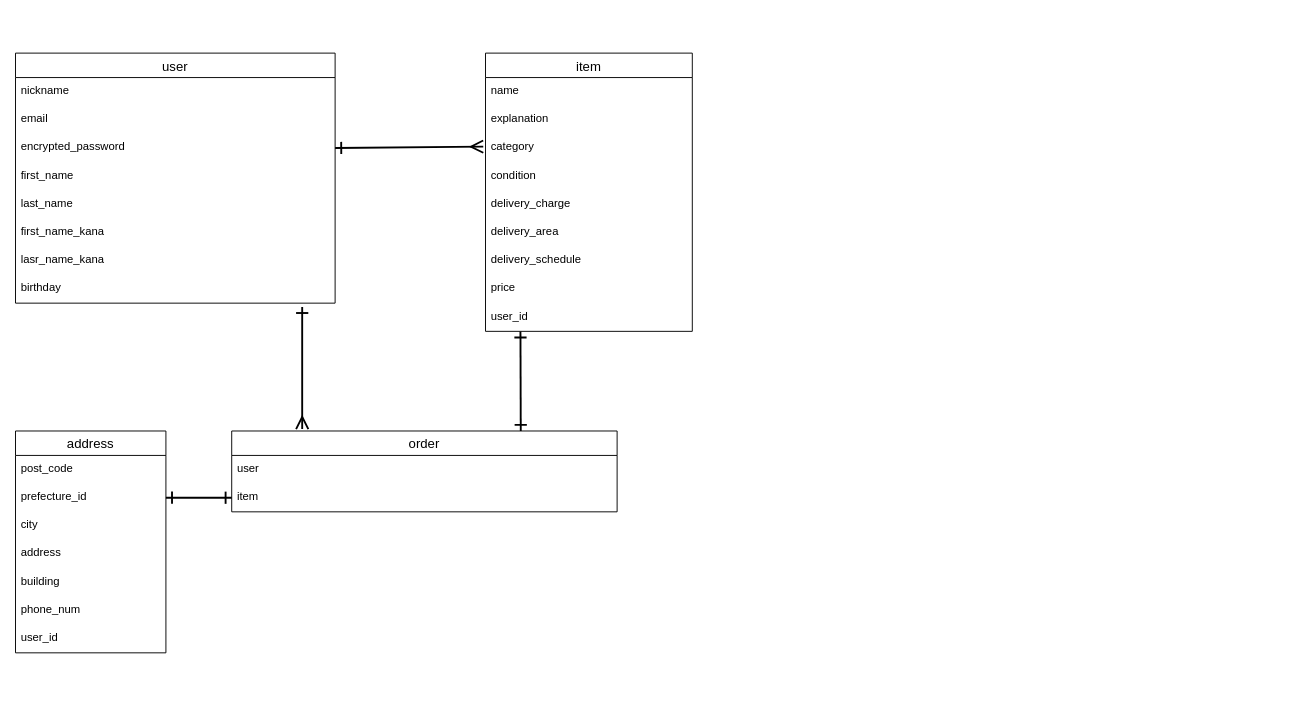
Before: ER.dio in HigeTurtle/furima-39642, a draw.io diagram. Source tidied: cells renumbered, new cells numbered last; positions are measured from the earlier drawing's top-left corner, leaving out a move shared by most shapes. Both pictures are drawn from the tidied source at 94%, with x=0, y=0 at pixel (15, 53).
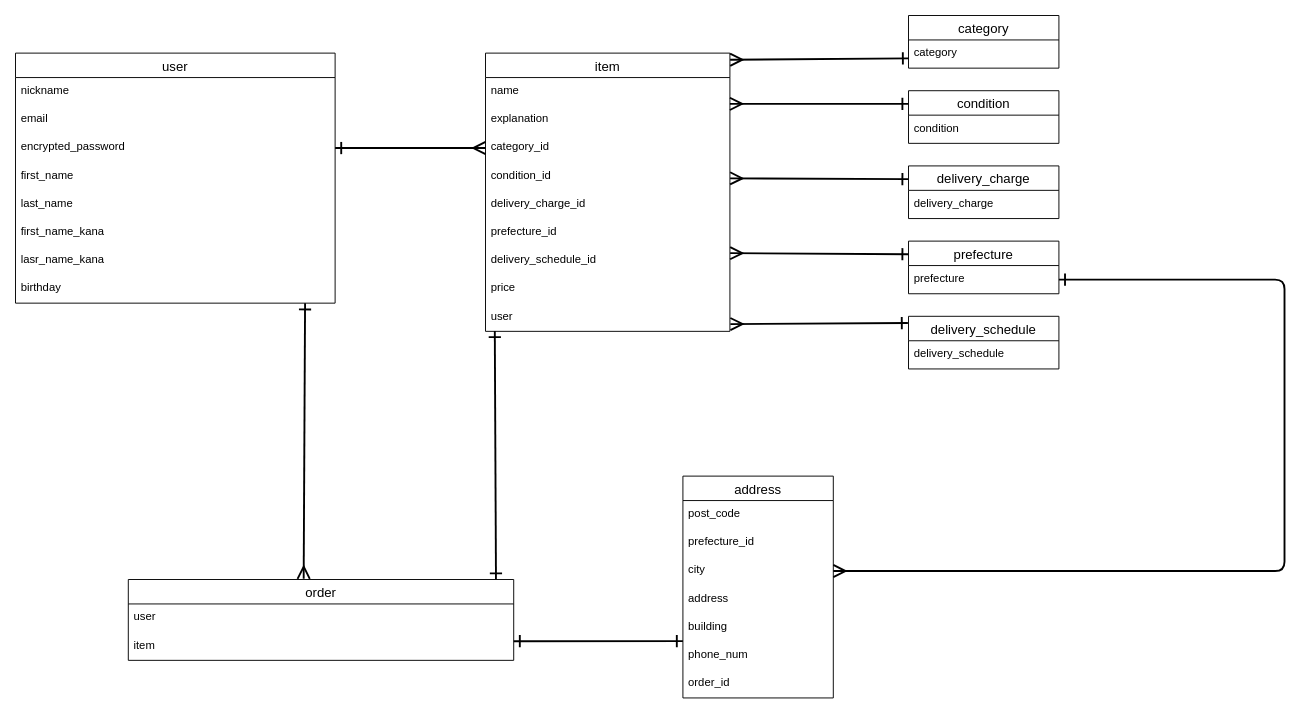
Above is the later version.

Commit message (it also covers changes not shown here):
（修正_２）READMEへのテーブル記載

Unchanged cells that the change refers to:
```xml
<mxCell id="5" value="encrypted_password" style="text;strokeColor=none;fillColor=none;spacingLeft=4;spacingRight=4;overflow=hidden;points=[[0,0.5],[1,0.5]];portConstraint=eastwest;fontSize=12;" parent="2" vertex="1">
  <mxGeometry y="86" width="340" height="30" as="geometry" />
</mxCell>
<mxCell id="10" value="birthday" style="text;strokeColor=none;fillColor=none;spacingLeft=4;spacingRight=4;overflow=hidden;points=[[0,0.5],[1,0.5]];portConstraint=eastwest;fontSize=12;" parent="2" vertex="1">
  <mxGeometry y="236" width="340" height="30" as="geometry" />
</mxCell>
<mxCell id="23" value="prefecture_id" style="text;strokeColor=none;fillColor=none;spacingLeft=4;spacingRight=4;overflow=hidden;points=[[0,0.5],[1,0.5]];portConstraint=eastwest;fontSize=12;" parent="21" vertex="1">
  <mxGeometry y="56" width="160" height="30" as="geometry" />
</mxCell>
<mxCell id="24" value="city" style="text;strokeColor=none;fillColor=none;spacingLeft=4;spacingRight=4;overflow=hidden;points=[[0,0.5],[1,0.5]];portConstraint=eastwest;fontSize=12;" parent="21" vertex="1">
  <mxGeometry y="86" width="160" height="30" as="geometry" />
</mxCell>
<mxCell id="26" value="building" style="text;strokeColor=none;fillColor=none;spacingLeft=4;spacingRight=4;overflow=hidden;points=[[0,0.5],[1,0.5]];portConstraint=eastwest;fontSize=12;" parent="21" vertex="1">
  <mxGeometry y="146" width="160" height="30" as="geometry" />
</mxCell>
<mxCell id="33" value="item" style="text;strokeColor=none;fillColor=none;spacingLeft=4;spacingRight=4;overflow=hidden;points=[[0,0.5],[1,0.5]];portConstraint=eastwest;fontSize=12;" parent="31" vertex="1">
  <mxGeometry y="56" width="410" height="30" as="geometry" />
</mxCell>
```

What changed in the source:
```diff
@@
     <mxCell id="11" value="item" style="swimlane;fontStyle=0;horizontal=1;startSize=26;align=center;fontSize=14;" parent="1" vertex="1">
-      <mxGeometry x="500" width="220" height="296" as="geometry" />
+      <mxGeometry x="500" width="260" height="296" as="geometry" />
     </mxCell>
     <mxCell id="12" value="name" style="text;strokeColor=none;fillColor=none;spacingLeft=4;spacingRight=4;overflow=hidden;fontSize=12;" parent="11" vertex="1">
-      <mxGeometry y="26" width="220" height="30" as="geometry" />
+      <mxGeometry y="26" width="260" height="30" as="geometry" />
     </mxCell>
     <mxCell id="13" value="explanation" style="text;strokeColor=none;fillColor=none;spacingLeft=4;spacingRight=4;overflow=hidden;fontSize=12;" parent="11" vertex="1">
-      <mxGeometry y="56" width="220" height="30" as="geometry" />
+      <mxGeometry y="56" width="260" height="30" as="geometry" />
     </mxCell>
-    <mxCell id="14" value="category" style="text;strokeColor=none;fillColor=none;spacingLeft=4;spacingRight=4;overflow=hidden;points=[[0,0.5],[1,0.5]];portConstraint=eastwest;fontSize=12;" parent="11" vertex="1">
-      <mxGeometry y="86" width="220" height="30" as="geometry" />
+    <mxCell id="14" value="category_id" style="text;strokeColor=none;fillColor=none;spacingLeft=4;spacingRight=4;overflow=hidden;points=[[0,0.5],[1,0.5]];portConstraint=eastwest;fontSize=12;" parent="11" vertex="1">
+      <mxGeometry y="86" width="260" height="30" as="geometry" />
     </mxCell>
-    <mxCell id="15" value="condition" style="text;strokeColor=none;fillColor=none;spacingLeft=4;spacingRight=4;overflow=hidden;points=[[0,0.5],[1,0.5]];portConstraint=eastwest;fontSize=12;" parent="11" vertex="1">
-      <mxGeometry y="116" width="220" height="30" as="geometry" />
+    <mxCell id="15" value="condition_id" style="text;strokeColor=none;fillColor=none;spacingLeft=4;spacingRight=4;overflow=hidden;points=[[0,0.5],[1,0.5]];portConstraint=eastwest;fontSize=12;" parent="11" vertex="1">
+      <mxGeometry y="116" width="260" height="30" as="geometry" />
     </mxCell>
-    <mxCell id="16" value="delivery_charge&#10;&#10;" style="text;strokeColor=none;fillColor=none;spacingLeft=4;spacingRight=4;overflow=hidden;fontSize=12;" parent="11" vertex="1">
-      <mxGeometry y="146" width="220" height="30" as="geometry" />
+    <mxCell id="16" value="delivery_charge_id&#10;&#10;" style="text;strokeColor=none;fillColor=none;spacingLeft=4;spacingRight=4;overflow=hidden;fontSize=12;" parent="11" vertex="1">
+      <mxGeometry y="146" width="260" height="30" as="geometry" />
     </mxCell>
-    <mxCell id="17" value="delivery_area&#10;" style="text;strokeColor=none;fillColor=none;spacingLeft=4;spacingRight=4;overflow=hidden;fontSize=12;" parent="11" vertex="1">
-      <mxGeometry y="176" width="220" height="30" as="geometry" />
+    <mxCell id="17" value="prefecture_id&#10;" style="text;strokeColor=none;fillColor=none;spacingLeft=4;spacingRight=4;overflow=hidden;fontSize=12;" parent="11" vertex="1">
+      <mxGeometry y="176" width="260" height="30" as="geometry" />
     </mxCell>
-    <mxCell id="18" value="delivery_schedule&#10;&#10;&#10;&#10;&#10;" style="text;strokeColor=none;fillColor=none;spacingLeft=4;spacingRight=4;overflow=hidden;points=[[0,0.5],[1,0.5]];portConstraint=eastwest;fontSize=12;" parent="11" vertex="1">
-      <mxGeometry y="206" width="220" height="30" as="geometry" />
+    <mxCell id="18" value="delivery_schedule_id&#10;&#10;&#10;&#10;&#10;" style="text;strokeColor=none;fillColor=none;spacingLeft=4;spacingRight=4;overflow=hidden;points=[[0,0.5],[1,0.5]];portConstraint=eastwest;fontSize=12;" parent="11" vertex="1">
+      <mxGeometry y="206" width="260" height="30" as="geometry" />
     </mxCell>
     <mxCell id="19" value="price" style="text;strokeColor=none;fillColor=none;spacingLeft=4;spacingRight=4;overflow=hidden;fontSize=12;" parent="11" vertex="1">
-      <mxGeometry y="236" width="220" height="30" as="geometry" />
+      <mxGeometry y="236" width="260" height="30" as="geometry" />
     </mxCell>
-    <mxCell id="20" value="user_id" style="text;strokeColor=none;fillColor=none;spacingLeft=4;spacingRight=4;overflow=hidden;points=[[0,0.5],[1,0.5]];portConstraint=eastwest;fontSize=12;" parent="11" vertex="1">
-      <mxGeometry y="266" width="220" height="30" as="geometry" />
+    <mxCell id="20" value="user" style="text;strokeColor=none;fillColor=none;spacingLeft=4;spacingRight=4;overflow=hidden;points=[[0,0.5],[1,0.5]];portConstraint=eastwest;fontSize=12;" parent="11" vertex="1">
+      <mxGeometry y="266" width="260" height="30" as="geometry" />
     </mxCell>
     <mxCell id="21" value="address" style="swimlane;fontStyle=0;horizontal=1;startSize=26;align=center;fontSize=14;" parent="1" vertex="1">
-      <mxGeometry y="402" width="160" height="236" as="geometry" />
+      <mxGeometry x="710" y="450" width="160" height="236" as="geometry" />
     </mxCell>
@@
-    <mxCell id="28" value="user_id" style="text;strokeColor=none;fillColor=none;spacingLeft=4;spacingRight=4;overflow=hidden;fontSize=12;" parent="21" vertex="1">
+    <mxCell id="28" value="order_id" style="text;strokeColor=none;fillColor=none;spacingLeft=4;spacingRight=4;overflow=hidden;fontSize=12;" parent="21" vertex="1">
       <mxGeometry y="206" width="160" height="30" as="geometry" />
     </mxCell>
-    <mxCell id="29" style="edgeStyle=none;html=1;entryX=0.897;entryY=1.133;entryDx=0;entryDy=0;entryPerimeter=0;strokeWidth=2;startArrow=ERmany;startFill=0;endArrow=ERone;endFill=0;startSize=10;endSize=10;targetPerimeterSpacing=0;" parent="1" edge="1" target="10">
-      <mxGeometry relative="1" as="geometry">
-        <mxPoint x="305" y="400" as="sourcePoint" />
-      </mxGeometry>
+    <mxCell id="29" style="edgeStyle=none;html=1;strokeWidth=2;startArrow=ERmany;startFill=0;endArrow=ERone;endFill=0;startSize=10;endSize=10;targetPerimeterSpacing=0;entryX=0.906;entryY=1.006;entryDx=0;entryDy=0;entryPerimeter=0;exitX=0.455;exitY=-0.008;exitDx=0;exitDy=0;exitPerimeter=0;" parent="1" edge="1" source="31" target="10">
+      <mxGeometry relative="1" as="geometry" />
     </mxCell>
-    <mxCell id="30" style="edgeStyle=none;html=1;exitX=0.75;exitY=0;exitDx=0;exitDy=0;entryX=0.169;entryY=1.003;entryDx=0;entryDy=0;entryPerimeter=0;startArrow=ERone;startFill=0;endArrow=ERone;endFill=0;endSize=10;startSize=10;strokeWidth=2;" parent="1" edge="1" source="31" target="20">
+    <mxCell id="30" style="edgeStyle=none;html=1;exitX=0.954;exitY=0;exitDx=0;exitDy=0;startArrow=ERone;startFill=0;endArrow=ERone;endFill=0;endSize=10;startSize=10;strokeWidth=2;exitPerimeter=0;entryX=0.038;entryY=0.988;entryDx=0;entryDy=0;entryPerimeter=0;" parent="1" edge="1" source="31" target="20">
       <mxGeometry relative="1" as="geometry" />
     </mxCell>
     <mxCell id="31" value="order" style="swimlane;fontStyle=0;horizontal=1;startSize=26;align=center;fontSize=14;" parent="1" vertex="1">
-      <mxGeometry x="230" y="402" width="410" height="86" as="geometry" />
+      <mxGeometry x="120" y="560" width="410" height="86" as="geometry" />
     </mxCell>
@@
-    <mxCell id="34" style="edgeStyle=none;html=1;exitX=1;exitY=0.5;exitDx=0;exitDy=0;startArrow=ERone;startFill=0;endArrow=ERmany;endFill=0;strokeWidth=2;targetPerimeterSpacing=0;endSize=10;startSize=10;entryX=-0.011;entryY=0.449;entryDx=0;entryDy=0;entryPerimeter=0;" parent="1" edge="1" source="5" target="14">
+    <mxCell id="34" style="edgeStyle=none;html=1;exitX=1;exitY=0.5;exitDx=0;exitDy=0;startArrow=ERone;startFill=0;endArrow=ERmany;endFill=0;strokeWidth=2;targetPerimeterSpacing=0;endSize=10;startSize=10;entryX=0;entryY=0.5;entryDx=0;entryDy=0;" parent="1" edge="1" source="5" target="14">
       <mxGeometry relative="1" as="geometry" />
     </mxCell>
+    <mxCell id="36" value="category" style="swimlane;fontStyle=0;horizontal=1;startSize=26;align=center;fontSize=14;" parent="1" vertex="1">
+      <mxGeometry x="950" y="-40" width="160" height="56" as="geometry" />
+    </mxCell>
+    <mxCell id="37" value="category" style="text;strokeColor=none;fillColor=none;spacingLeft=4;spacingRight=4;overflow=hidden;points=[[0,0.5],[1,0.5]];portConstraint=eastwest;fontSize=12;" parent="36" vertex="1">
+      <mxGeometry y="26" width="160" height="30" as="geometry" />
+    </mxCell>
+    <mxCell id="38" style="edgeStyle=none;html=1;exitX=0;exitY=0.25;exitDx=0;exitDy=0;strokeWidth=2;startArrow=ERone;startFill=0;endArrow=ERmany;endFill=0;startSize=10;endSize=10;" parent="1" edge="1" source="39">
+      <mxGeometry relative="1" as="geometry">
+        <mxPoint x="760" y="54" as="targetPoint" />
+      </mxGeometry>
+    </mxCell>
+    <mxCell id="39" value="condition" style="swimlane;fontStyle=0;horizontal=1;startSize=26;align=center;fontSize=14;" parent="1" vertex="1">
+      <mxGeometry x="950" y="40" width="160" height="56" as="geometry" />
+    </mxCell>
+    <mxCell id="40" value="condition" style="text;strokeColor=none;fillColor=none;spacingLeft=4;spacingRight=4;overflow=hidden;fontSize=12;" parent="39" vertex="1">
+      <mxGeometry y="26" width="160" height="30" as="geometry" />
+    </mxCell>
+    <mxCell id="41" style="edgeStyle=none;html=1;exitX=0;exitY=0.25;exitDx=0;exitDy=0;entryX=1.001;entryY=0.574;entryDx=0;entryDy=0;entryPerimeter=0;strokeWidth=2;startArrow=ERone;startFill=0;endArrow=ERmany;endFill=0;startSize=10;endSize=10;" parent="1" edge="1" source="42" target="15">
+      <mxGeometry relative="1" as="geometry" />
+    </mxCell>
+    <mxCell id="42" value="delivery_charge" style="swimlane;fontStyle=0;horizontal=1;startSize=26;align=center;fontSize=14;" parent="1" vertex="1">
+      <mxGeometry x="950" y="120" width="160" height="56" as="geometry" />
+    </mxCell>
+    <mxCell id="43" value="delivery_charge" style="text;strokeColor=none;fillColor=none;spacingLeft=4;spacingRight=4;overflow=hidden;fontSize=12;" parent="42" vertex="1">
+      <mxGeometry y="26" width="160" height="30" as="geometry" />
+    </mxCell>
+    <mxCell id="44" style="edgeStyle=none;html=1;exitX=0;exitY=0.25;exitDx=0;exitDy=0;entryX=1.001;entryY=0.227;entryDx=0;entryDy=0;entryPerimeter=0;strokeWidth=2;startArrow=ERone;startFill=0;endArrow=ERmany;endFill=0;startSize=10;endSize=10;" parent="1" edge="1" source="45" target="18">
+      <mxGeometry relative="1" as="geometry" />
+    </mxCell>
+    <mxCell id="45" value="prefecture" style="swimlane;fontStyle=0;horizontal=1;startSize=26;align=center;fontSize=14;" parent="1" vertex="1">
+      <mxGeometry x="950" y="200" width="160" height="56" as="geometry" />
+    </mxCell>
+    <mxCell id="46" value="prefecture" style="text;strokeColor=none;fillColor=none;spacingLeft=4;spacingRight=4;overflow=hidden;points=[[0,0.5],[1,0.5]];portConstraint=eastwest;fontSize=12;" parent="45" vertex="1">
+      <mxGeometry y="26" width="160" height="30" as="geometry" />
+    </mxCell>
+    <mxCell id="47" value="delivery_schedule" style="swimlane;fontStyle=0;horizontal=1;startSize=26;align=center;fontSize=14;" parent="1" vertex="1">
+      <mxGeometry x="950" y="280" width="160" height="56" as="geometry" />
+    </mxCell>
+    <mxCell id="48" value="delivery_schedule" style="text;strokeColor=none;fillColor=none;spacingLeft=4;spacingRight=4;overflow=hidden;fontSize=12;" parent="47" vertex="1">
+      <mxGeometry y="26" width="160" height="30" as="geometry" />
+    </mxCell>
+    <mxCell id="49" style="edgeStyle=none;html=1;strokeWidth=2;startArrow=ERone;startFill=0;endArrow=ERmany;endFill=0;startSize=10;endSize=10;entryX=1.001;entryY=0.024;entryDx=0;entryDy=0;entryPerimeter=0;exitX=0.003;exitY=0.655;exitDx=0;exitDy=0;exitPerimeter=0;" parent="1" edge="1" source="37" target="11">
+      <mxGeometry relative="1" as="geometry" />
+    </mxCell>
+    <mxCell id="50" style="edgeStyle=none;html=1;entryX=-0.004;entryY=0.128;entryDx=0;entryDy=0;strokeWidth=2;startArrow=ERmany;startFill=0;endArrow=ERone;endFill=0;startSize=10;endSize=10;entryPerimeter=0;exitX=1.002;exitY=0.743;exitDx=0;exitDy=0;exitPerimeter=0;" parent="1" edge="1" source="20" target="47">
+      <mxGeometry relative="1" as="geometry" />
+    </mxCell>
-    <mxCell id="35" style="edgeStyle=none;html=1;exitX=1;exitY=0.5;exitDx=0;exitDy=0;startArrow=ERone;startFill=0;endArrow=ERone;endFill=0;endSize=10;startSize=10;strokeWidth=2;" parent="1" edge="1" source="23" target="33">
+    <mxCell id="35" style="edgeStyle=none;html=1;startArrow=ERone;startFill=0;endArrow=ERone;endFill=0;endSize=10;startSize=10;strokeWidth=2;exitX=1;exitY=0.322;exitDx=0;exitDy=0;exitPerimeter=0;entryX=0;entryY=0.984;entryDx=0;entryDy=0;entryPerimeter=0;" parent="1" edge="1" source="33" target="26">
       <mxGeometry relative="1" as="geometry" />
     </mxCell>
+    <mxCell id="51" style="edgeStyle=none;html=1;exitX=1;exitY=0.5;exitDx=0;exitDy=0;entryX=1;entryY=0.5;entryDx=0;entryDy=0;strokeWidth=2;endSize=10;startSize=10;startArrow=ERmany;startFill=0;endArrow=ERone;endFill=0;" parent="1" edge="1" source="24" target="46">
+      <mxGeometry relative="1" as="geometry">
+        <Array as="points">
+          <mxPoint x="1350" y="551" />
+          <mxPoint x="1350" y="241" />
+        </Array>
+      </mxGeometry>
+    </mxCell>
```
